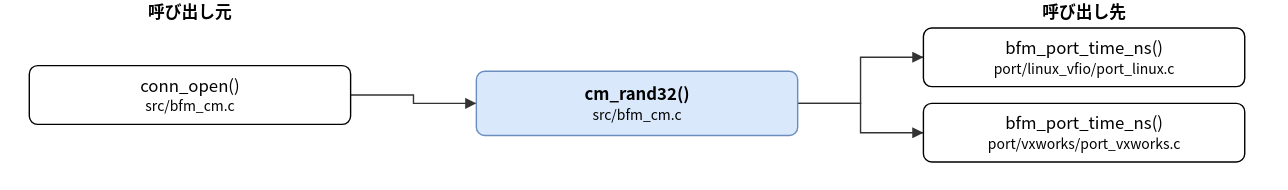
Before: doc/spec/images/call_src_bfm_cm-cm_rand32.drawio.svg, a diagram exported from draw.io (hf355051012-ai/bfmem). Source tidied: cells renumbered, new cells last; positions are measured from the earlier drawing's top-left corner, leaving out a move shared by most shapes.
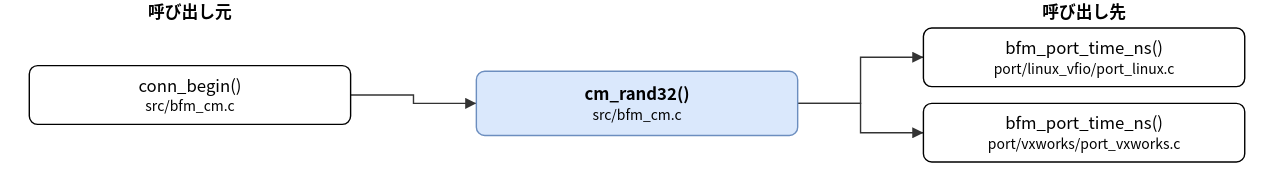
Above is the later version.

Diff of the diagram source:
```diff
@@ -5,7 +5,7 @@
     <mxCell id="2" value="cm_rand32()&lt;br&gt;&lt;font style=&quot;font-size:10px&quot;&gt;src/bfm_cm.c&lt;/font&gt;" style="rounded=1;whiteSpace=wrap;html=1;fillColor=#dae8fc;strokeColor=#6c8ebf;fontStyle=1;" parent="1" vertex="1">
       <mxGeometry x="320" y="51" width="230" height="46" as="geometry" />
     </mxCell>
-    <mxCell id="3" value="conn_open()&lt;br&gt;&lt;font style=&quot;font-size:10px&quot;&gt;src/bfm_cm.c&lt;/font&gt;" style="rounded=1;whiteSpace=wrap;html=1;" parent="1" vertex="1">
+    <mxCell id="3" value="conn_begin()&lt;br&gt;&lt;font style=&quot;font-size:10px&quot;&gt;src/bfm_cm.c&lt;/font&gt;" style="rounded=1;whiteSpace=wrap;html=1;" parent="1" vertex="1">
       <mxGeometry y="47" width="230" height="42" as="geometry" />
     </mxCell>
     <mxCell id="4" value="bfm_port_time_ns()&lt;br&gt;&lt;font style=&quot;font-size:10px&quot;&gt;port/linux_vfio/port_linux.c&lt;/font&gt;" style="rounded=1;whiteSpace=wrap;html=1;" parent="1" vertex="1">
```
